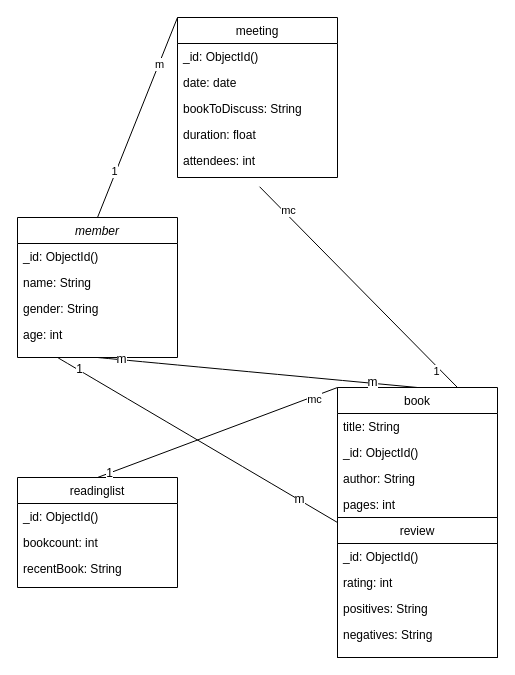
Above: KN02/LogischesDatenmodell.drawio in ElmarKessler/m165_elmarkessler (draw.io), before the change. Source tidied: cells renumbered, new cells numbered last; positions are measured from the earlier drawing's top-left corner, leaving out a move shared by most shapes. Both pictures are drawn from the tidied source at 100%, with x=0, y=0 at pixel (17, 17).
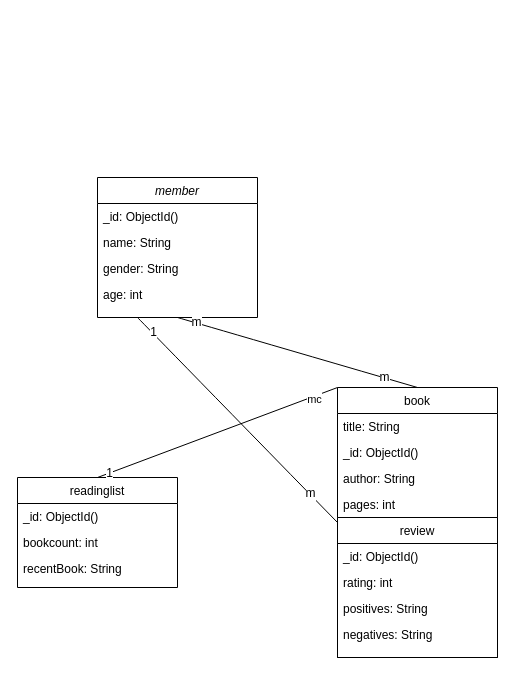
The same diagram, later.

The change refers to these unchanged cells:
```xml
<mxCell id="7" value="book" style="swimlane;fontStyle=0;align=center;verticalAlign=top;horizontal=1;startSize=26;rounded=0;shadow=0;strokeWidth=1;" parent="1" vertex="1">
  <mxGeometry x="320" y="370" width="160" height="270" as="geometry" />
</mxCell>
```

Diff of the diagram source:
```diff
@@
     <mxCell id="2" value="member" style="swimlane;fontStyle=2;align=center;verticalAlign=top;horizontal=1;startSize=26;rounded=0;shadow=0;strokeWidth=1;" parent="1" vertex="1">
-      <mxGeometry y="200" width="160" height="140" as="geometry" />
+      <mxGeometry x="80" y="160" width="160" height="140" as="geometry" />
     </mxCell>
@@
-    <mxCell id="17" value="meeting" style="swimlane;fontStyle=0;align=center;verticalAlign=top;horizontal=1;startSize=26;rounded=0;shadow=0;strokeWidth=1;" parent="1" vertex="1">
-      <mxGeometry x="160" width="160" height="160" as="geometry" />
-    </mxCell>
-    <mxCell id="18" value="_id: ObjectId()" style="text;align=left;verticalAlign=top;spacingLeft=4;spacingRight=4;overflow=hidden;" parent="17" vertex="1">
-      <mxGeometry y="26" width="160" height="26" as="geometry" />
-    </mxCell>
-    <mxCell id="19" value="date: date" style="text;align=left;verticalAlign=top;spacingLeft=4;spacingRight=4;overflow=hidden;rounded=0;shadow=0;html=0;" parent="17" vertex="1">
-      <mxGeometry y="52" width="160" height="26" as="geometry" />
-    </mxCell>
-    <mxCell id="20" value="bookToDiscuss: String" style="text;align=left;verticalAlign=top;spacingLeft=4;spacingRight=4;overflow=hidden;rounded=0;shadow=0;html=0;" parent="17" vertex="1">
-      <mxGeometry y="78" width="160" height="26" as="geometry" />
-    </mxCell>
-    <mxCell id="21" value="duration: float" style="text;align=left;verticalAlign=top;spacingLeft=4;spacingRight=4;overflow=hidden;rounded=0;shadow=0;html=0;" parent="17" vertex="1">
-      <mxGeometry y="104" width="160" height="26" as="geometry" />
-    </mxCell>
-    <mxCell id="22" value="attendees: int" style="text;align=left;verticalAlign=top;spacingLeft=4;spacingRight=4;overflow=hidden;points=[[0,0.5],[1,0.5]];portConstraint=eastwest;rounded=0;shadow=0;html=0;" parent="17" vertex="1">
-      <mxGeometry y="130" width="160" height="26" as="geometry" />
-    </mxCell>
@@
-    <mxCell id="30" style="endArrow=none;html=1;rounded=0;entryX=0.75;entryY=0;entryDx=0;entryDy=0;exitX=0.513;exitY=1.509;exitDx=0;exitDy=0;exitPerimeter=0;" parent="1" edge="1" source="22" target="7">
-      <mxGeometry relative="1" as="geometry" />
-    </mxCell>
-    <mxCell id="31" value="mc" style="edgeLabel;html=1;align=center;verticalAlign=middle;" parent="30" vertex="1">
-      <mxGeometry x="-0.74" y="4" relative="1" as="geometry" />
-    </mxCell>
-    <mxCell id="32" value="1" style="edgeLabel;html=1;align=center;verticalAlign=middle;" parent="30" vertex="1">
-      <mxGeometry x="0.81" y="-4" relative="1" as="geometry" />
-    </mxCell>
@@
-    <mxCell id="36" style="endArrow=none;html=1;rounded=0;exitX=0;exitY=0;exitDx=0;exitDy=0;entryX=0.5;entryY=0;entryDx=0;entryDy=0;" parent="1" edge="1" source="17" target="2">
-      <mxGeometry relative="1" as="geometry" />
-    </mxCell>
-    <mxCell id="37" value="m" style="edgeLabel;html=1;align=center;verticalAlign=middle;" parent="36" vertex="1">
-      <mxGeometry x="-0.49" y="2" relative="1" as="geometry">
-        <mxPoint y="-5" as="offset" />
-      </mxGeometry>
-    </mxCell>
-    <mxCell id="38" value="1" style="edgeLabel;html=1;align=center;verticalAlign=middle;" parent="36" vertex="1">
-      <mxGeometry x="0.54" y="-2" relative="1" as="geometry" />
-    </mxCell>
```
